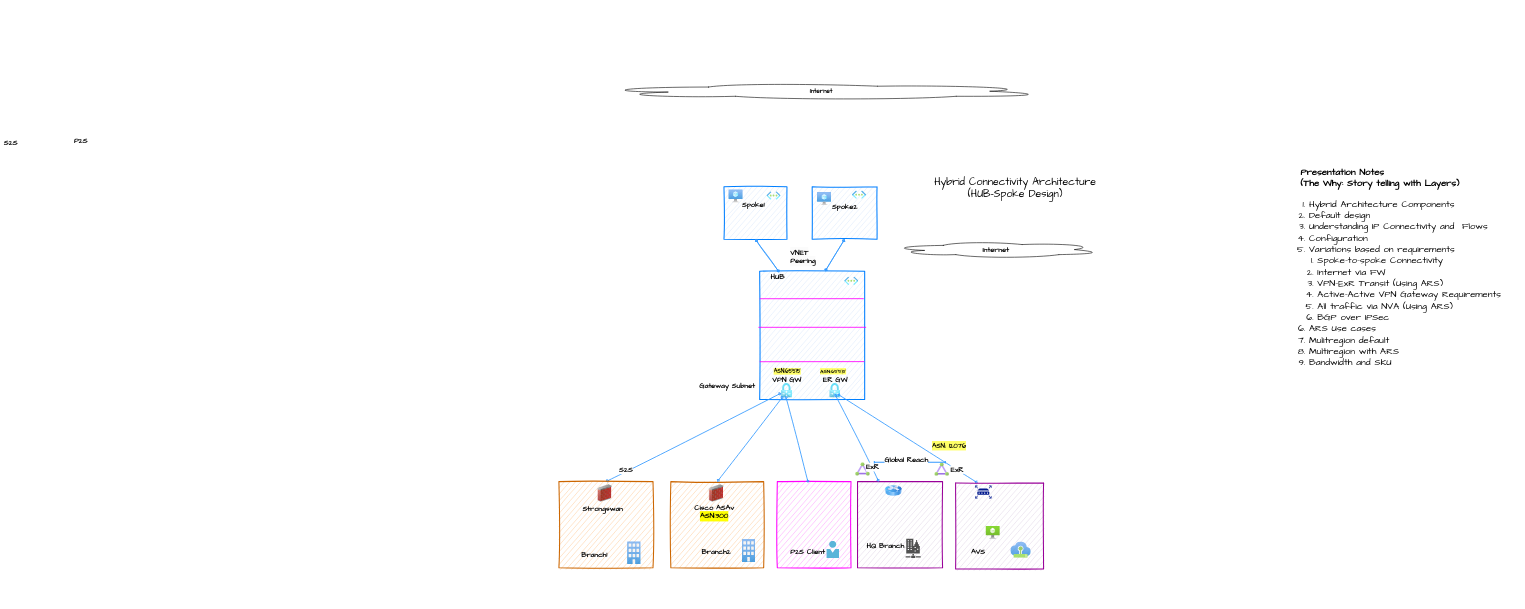
nehalineogi/azure-networking keeps this draw.io diagram as page "Hub-Spoke with AzFW + ARS" (1 of 3) of diagrams/hub-spoke.drawio. Above is the earlier version. Source tidied: cells renumbered, new cells numbered last; positions are measured from the earlier drawing's top-left corner, leaving out a move shared by most shapes. Both pictures are drawn from the tidied source at 21%, with x=0, y=0 at pixel (559, 83). Pictures stored in the file or linked from it are replaced by grey dashed boxes.
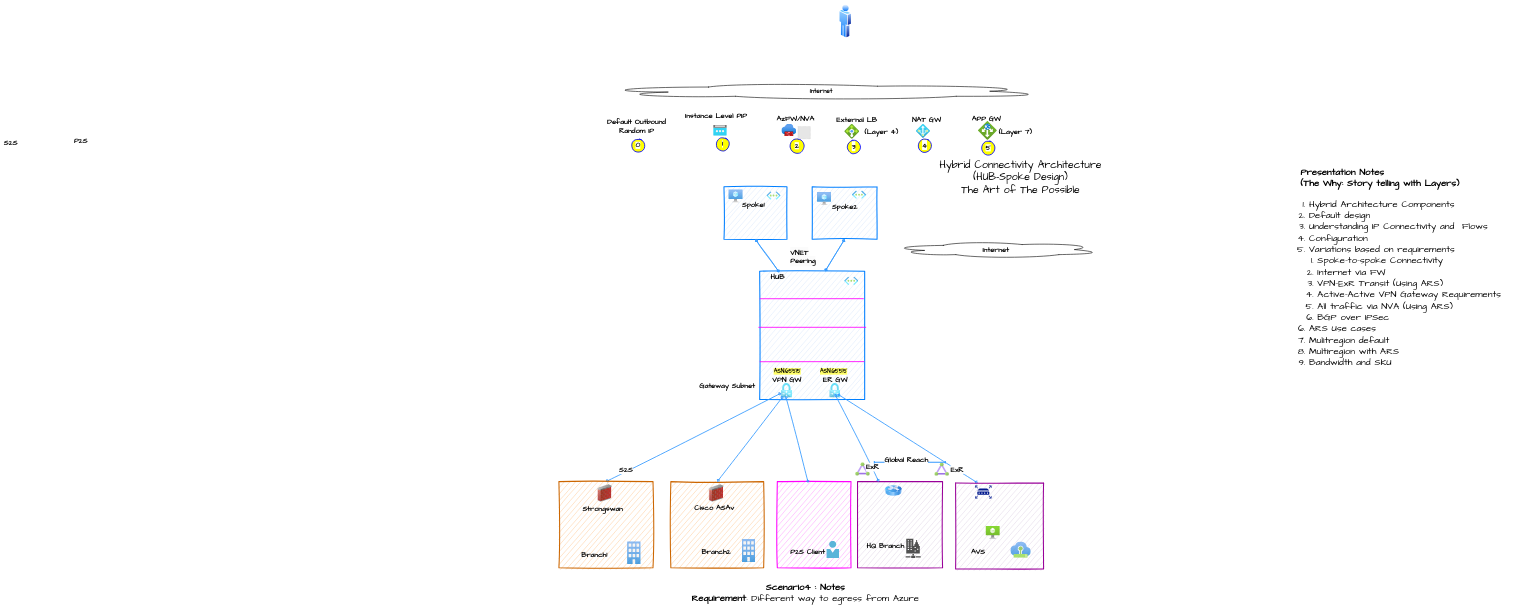
Above is the later version.

What changed in the source:
```diff
@@
-    <mxCell id="27" value="&lt;span style=&quot;font-family: &amp;quot;Comic Sans MS&amp;quot;; font-style: normal; font-variant-ligatures: normal; font-variant-caps: normal; letter-spacing: normal; orphans: 2; text-align: left; text-indent: 0px; text-transform: none; widows: 2; word-spacing: 0px; -webkit-text-stroke-width: 0px; text-decoration-thickness: initial; text-decoration-style: initial; text-decoration-color: initial; float: none; font-size: 25px; display: inline !important;&quot;&gt;&lt;font style=&quot;font-size: 25px;&quot;&gt;ASN:65515&lt;/font&gt;&lt;/span&gt;" style="text;whiteSpace=wrap;html=1;fontSize=25;fontFamily=Comic Sans MS;fontColor=#000000;fontStyle=1;sketch=1;curveFitting=1;jiggle=2;labelBackgroundColor=#FFFF66;" parent="1" vertex="1">
+    <mxCell id="27" value="&lt;span style=&quot;font-family: &amp;quot;Comic Sans MS&amp;quot;; font-style: normal; font-variant-ligatures: normal; font-variant-caps: normal; letter-spacing: normal; orphans: 2; text-align: left; text-indent: 0px; text-transform: none; widows: 2; word-spacing: 0px; -webkit-text-stroke-width: 0px; text-decoration-thickness: initial; text-decoration-style: initial; text-decoration-color: initial; float: none; font-size: 26px; display: inline !important;&quot;&gt;&lt;font style=&quot;font-size: 26px;&quot;&gt;ASN:65515&lt;/font&gt;&lt;/span&gt;" style="text;whiteSpace=wrap;html=1;fontSize=26;fontFamily=Comic Sans MS;fontColor=#000000;fontStyle=1;sketch=1;curveFitting=1;jiggle=2;labelBackgroundColor=#FFFF66;" parent="1" vertex="1">
       <mxGeometry x="1242" y="1352" width="130" height="39" as="geometry" />
     </mxCell>
@@
-    <mxCell id="29" value="&lt;font style=&quot;font-size: 50px; font-weight: normal;&quot;&gt;Hybrid Connectivity Architecture&lt;br&gt;(HUB-Spoke Design)&lt;/font&gt;" style="text;strokeColor=none;fillColor=none;html=1;fontSize=24;fontStyle=1;verticalAlign=middle;align=center;labelBorderColor=none;sketch=1;fillStyle=solid;fontFamily=Comic Sans MS;fontColor=#000000;" parent="1" vertex="1">
-      <mxGeometry x="1307" y="429" width="1729" height="143" as="geometry" />
+    <mxCell id="29" value="&lt;font style=&quot;font-size: 50px; font-weight: normal;&quot;&gt;Hybrid Connectivity Architecture&lt;br&gt;(HUB-Spoke Design)&lt;br&gt;The Art of The Possible&lt;br&gt;&lt;/font&gt;" style="text;strokeColor=none;fillColor=none;html=1;fontSize=24;fontStyle=1;verticalAlign=middle;align=center;labelBorderColor=none;sketch=1;fillStyle=solid;fontFamily=Comic Sans MS;fontColor=#000000;" parent="1" vertex="1">
+      <mxGeometry x="1333" y="377" width="1729" height="143" as="geometry" />
     </mxCell>
@@
-    <mxCell id="44" value="&lt;font style=&quot;font-size: 35px;&quot;&gt;Cisco ASAv&lt;br style=&quot;font-size: 35px;&quot;&gt;&lt;span style=&quot;background-color: rgb(255, 255, 0); font-size: 35px;&quot;&gt;ASN:300&lt;/span&gt;&lt;br style=&quot;font-size: 35px;&quot;&gt;&lt;/font&gt;" style="text;html=1;align=center;verticalAlign=middle;strokeColor=none;fillColor=none;disableMultiStroke=1;disableMultiStrokeFill=1;strokeWidth=25;fontFamily=Comic Sans MS;sketch=1;curveFitting=1;jiggle=2;fontSize=35;fontStyle=1;" parent="30" vertex="1">
+    <mxCell id="44" value="&lt;font style=&quot;font-size: 35px;&quot;&gt;Cisco ASAv&lt;br style=&quot;font-size: 35px;&quot;&gt;&lt;br style=&quot;font-size: 35px;&quot;&gt;&lt;/font&gt;" style="text;html=1;align=center;verticalAlign=middle;strokeColor=none;fillColor=none;disableMultiStroke=1;disableMultiStrokeFill=1;strokeWidth=25;fontFamily=Comic Sans MS;sketch=1;curveFitting=1;jiggle=2;fontSize=35;fontStyle=1;" parent="30" vertex="1">
       <mxGeometry x="628" y="1991" width="221" height="104" as="geometry" />
     </mxCell>
@@
-    <mxCell id="67" value="&lt;span style=&quot;font-family: &amp;quot;Comic Sans MS&amp;quot;; font-style: normal; font-variant-ligatures: normal; font-variant-caps: normal; letter-spacing: normal; orphans: 2; text-align: left; text-indent: 0px; text-transform: none; widows: 2; word-spacing: 0px; -webkit-text-stroke-width: 0px; text-decoration-thickness: initial; text-decoration-style: initial; text-decoration-color: initial; float: none; background-color: rgb(255, 255, 102); font-size: 32px; display: inline !important;&quot;&gt;&lt;font style=&quot;font-size: 32px;&quot;&gt;&lt;span style=&quot;font-size: 32px;&quot;&gt;ASN: 12076&lt;/span&gt;&lt;/font&gt;&lt;/span&gt;" style="text;whiteSpace=wrap;html=1;fontSize=32;fontFamily=Comic Sans MS;fontColor=#000000;sketch=1;curveFitting=1;jiggle=2;fontStyle=1;" parent="50" vertex="1">
-      <mxGeometry x="1775" y="1703" width="216" height="52" as="geometry" />
-    </mxCell>
@@
+    <mxCell id="70" parent="0" />
+    <mxCell id="71" style="html=1;align=center;image;fontSize=35;image=img/lib/azure2/networking/NAT.svg;labelBackgroundColor=#FFFF00;sketch=1;disableMultiStroke=1;disableMultiStrokeFill=1;strokeColor=#CC6600;strokeWidth=4;fontFamily=Comic Sans MS;fontColor=#000000;fillColor=#FFCC99;" parent="70" vertex="1">
+      <mxGeometry x="1700" y="195" width="68" height="68" as="geometry" />
+    </mxCell>
+    <mxCell id="72" value="&lt;b style=&quot;font-size: 35px;&quot;&gt;NAT GW&lt;/b&gt;" style="text;html=1;align=center;verticalAlign=middle;strokeColor=none;fillColor=none;fontSize=35;fontFamily=Comic Sans MS;fontColor=#000000;" parent="70" vertex="1">
+      <mxGeometry x="1659" y="151" width="182" height="52" as="geometry" />
+    </mxCell>
+    <mxCell id="73" value="&lt;b style=&quot;font-size: 35px;&quot;&gt;External LB&lt;br&gt;&lt;br style=&quot;font-size: 35px;&quot;&gt;&lt;/b&gt;" style="text;html=1;align=center;verticalAlign=middle;strokeColor=none;fillColor=none;fontSize=35;fontFamily=Comic Sans MS;fontColor=#000000;" parent="70" vertex="1">
+      <mxGeometry x="1307" y="143" width="221" height="104" as="geometry" />
+    </mxCell>
+    <mxCell id="74" style="html=1;align=center;image;fontSize=12;image=img/lib/azure2/networking/Firewalls.svg;labelBackgroundColor=#FFFF00;sketch=1;disableMultiStroke=1;disableMultiStrokeFill=1;strokeColor=#CC6600;strokeWidth=4;fontFamily=Comic Sans MS;fontColor=#000000;fillColor=#FFCC99;" parent="70" vertex="1">
+      <mxGeometry x="1060" y="195" width="71" height="60" as="geometry" />
+    </mxCell>
+    <mxCell id="75" style="html=1;align=center;image;fontSize=35;image=img/lib/azure2/networking/Load_Balancers.svg;labelBackgroundColor=#FFFF00;sketch=1;disableMultiStroke=1;disableMultiStrokeFill=1;strokeColor=#CC6600;strokeWidth=4;fontFamily=Comic Sans MS;fontColor=#000000;fillColor=#FFCC99;" parent="70" vertex="1">
+      <mxGeometry x="1359" y="195" width="72" height="72" as="geometry" />
+    </mxCell>
+    <mxCell id="76" style="html=1;align=center;image;fontSize=35;image=img/lib/azure2/networking/Public_IP_Addresses.svg;labelBackgroundColor=none;labelBorderColor=none;sketch=1;fillStyle=solid;fontFamily=Comic Sans MS;fontColor=#000000;" parent="70" vertex="1">
+      <mxGeometry x="735" y="200" width="65" height="52" as="geometry" />
+    </mxCell>
+    <mxCell id="77" value="&lt;span style=&quot;background-color: rgb(255, 255, 255); font-size: 35px;&quot;&gt;&lt;font face=&quot;Comic Sans MS&quot; style=&quot;font-size: 35px;&quot;&gt;&lt;b style=&quot;font-size: 35px;&quot;&gt;3&lt;/b&gt;&lt;/font&gt;&lt;/span&gt;" style="ellipse;whiteSpace=wrap;html=1;strokeWidth=4;fontFamily=Tahoma;spacingBottom=4;spacingRight=2;strokeColor=#0000FF;labelBackgroundColor=#FFFF00;sketch=1;disableMultiStroke=1;disableMultiStrokeFill=1;fontSize=35;fontColor=#000000;fillColor=#FFFF00;fillStyle=solid;" parent="70" vertex="1">
+      <mxGeometry x="1372" y="273" width="65" height="65" as="geometry" />
+    </mxCell>
+    <mxCell id="78" value="&lt;span style=&quot;background-color: rgb(255, 255, 255); font-size: 35px;&quot;&gt;&lt;font face=&quot;Comic Sans MS&quot; style=&quot;font-size: 35px;&quot;&gt;&lt;b style=&quot;font-size: 35px;&quot;&gt;4&lt;/b&gt;&lt;/font&gt;&lt;/span&gt;" style="ellipse;whiteSpace=wrap;html=1;strokeWidth=4;fontFamily=Tahoma;spacingBottom=4;spacingRight=2;strokeColor=#0000FF;labelBackgroundColor=#FFFF00;sketch=1;disableMultiStroke=1;disableMultiStrokeFill=1;fontSize=35;fontColor=#000000;fillColor=#FFFF00;fillStyle=solid;" parent="70" vertex="1">
+      <mxGeometry x="1710" y="267" width="65" height="65" as="geometry" />
+    </mxCell>
+    <mxCell id="79" value="&lt;span style=&quot;background-color: rgb(255, 255, 255);&quot;&gt;&lt;font face=&quot;Comic Sans MS&quot; size=&quot;1&quot; style=&quot;&quot;&gt;&lt;b style=&quot;font-size: 35px;&quot;&gt;2&lt;/b&gt;&lt;/font&gt;&lt;/span&gt;" style="ellipse;whiteSpace=wrap;html=1;strokeWidth=4;fontFamily=Tahoma;spacingBottom=4;spacingRight=2;strokeColor=#0000FF;labelBackgroundColor=#FFFF00;sketch=1;disableMultiStroke=1;disableMultiStrokeFill=1;fontSize=25;fontColor=#000000;fillColor=#FFFF00;fillStyle=solid;" parent="70" vertex="1">
+      <mxGeometry x="1099" y="266" width="70" height="70" as="geometry" />
+    </mxCell>
+    <mxCell id="80" value="&lt;span style=&quot;background-color: rgb(255, 255, 255);&quot;&gt;&lt;font face=&quot;Comic Sans MS&quot; size=&quot;1&quot; style=&quot;&quot;&gt;&lt;b style=&quot;font-size: 35px;&quot;&gt;1&lt;/b&gt;&lt;/font&gt;&lt;/span&gt;" style="ellipse;whiteSpace=wrap;html=1;strokeWidth=4;fontFamily=Tahoma;spacingBottom=4;spacingRight=2;strokeColor=#0000FF;labelBackgroundColor=#FFFF00;sketch=1;disableMultiStroke=1;disableMultiStrokeFill=1;fontSize=25;fontColor=#000000;fillColor=#FFFF00;fillStyle=solid;" parent="70" vertex="1">
+      <mxGeometry x="748" y="260" width="65" height="65" as="geometry" />
+    </mxCell>
+    <mxCell id="81" value="&lt;div style=&quot;text-align: center; font-size: 35px;&quot;&gt;&lt;span style=&quot;background-color: initial; font-size: 35px;&quot;&gt;&lt;font style=&quot;font-size: 35px;&quot;&gt;&lt;b style=&quot;font-size: 35px;&quot;&gt;Instance Level PIP&lt;/b&gt;&lt;/font&gt;&lt;/span&gt;&lt;/div&gt;" style="text;whiteSpace=wrap;html=1;fontSize=35;fontFamily=Comic Sans MS;fontColor=#000000;" parent="70" vertex="1">
+      <mxGeometry x="599" y="130" width="676" height="52" as="geometry" />
+    </mxCell>
+    <mxCell id="82" value="&lt;font style=&quot;font-size: 45px;&quot;&gt;&lt;b&gt;Scenario4 : Notes&lt;br&gt;Requirement&lt;/b&gt;: Different way to egress from Azure&lt;/font&gt;" style="text;html=1;align=center;verticalAlign=middle;strokeColor=none;fillColor=none;fontSize=30;fontFamily=Architects Daughter;sketch=1;hachureGap=4;jiggle=2;curveFitting=1;" parent="70" vertex="1">
+      <mxGeometry x="620" y="2370" width="1105" height="117" as="geometry" />
+    </mxCell>
+    <mxCell id="83" value="&lt;b style=&quot;font-size: 35px;&quot;&gt;AzFW/NVA&lt;/b&gt;" style="text;html=1;align=center;verticalAlign=middle;strokeColor=none;fillColor=none;fontSize=35;fontFamily=Comic Sans MS;fontColor=#000000;" parent="70" vertex="1">
+      <mxGeometry x="1015" y="143" width="221" height="52" as="geometry" />
+    </mxCell>
+    <mxCell id="84" style="html=1;align=center;image;fontSize=12;image=img/lib/azure2/networking/Application_Gateways.svg;sketch=1;hachureGap=4;jiggle=2;curveFitting=1;fontFamily=Architects Daughter;fontColor=#00994D;" parent="70" vertex="1">
+      <mxGeometry x="1996" y="182" width="90" height="90" as="geometry" />
+    </mxCell>
+    <mxCell id="85" value="&lt;span style=&quot;background-color: rgb(255, 255, 255);&quot;&gt;&lt;font face=&quot;Comic Sans MS&quot; size=&quot;1&quot; style=&quot;&quot;&gt;&lt;b style=&quot;font-size: 35px;&quot;&gt;5&lt;/b&gt;&lt;/font&gt;&lt;/span&gt;" style="ellipse;whiteSpace=wrap;html=1;strokeWidth=4;fontFamily=Tahoma;spacingBottom=4;spacingRight=2;strokeColor=#0000FF;labelBackgroundColor=#FFFF00;sketch=1;disableMultiStroke=1;disableMultiStrokeFill=1;fontSize=25;fontColor=#000000;fillColor=#FFFF00;fillStyle=solid;" parent="70" vertex="1">
+      <mxGeometry x="2012.5" y="278" width="65" height="65" as="geometry" />
+    </mxCell>
+    <mxCell id="86" value="&lt;b style=&quot;font-size: 35px;&quot;&gt;APP GW&lt;/b&gt;" style="text;html=1;align=center;verticalAlign=middle;strokeColor=none;fillColor=none;fontSize=35;fontFamily=Comic Sans MS;fontColor=#000000;" parent="70" vertex="1">
+      <mxGeometry x="1950" y="146" width="169" height="52" as="geometry" />
+    </mxCell>
+    <mxCell id="87" style="fillColor=#E6E6E6;strokeColor=#999999;dashed=1;verticalLabelPosition=bottom;labelBackgroundColor=default;verticalAlign=top;" parent="70" vertex="1">
+      <mxGeometry x="1138" y="208" width="59.5" height="58.5" as="geometry" />
+    </mxCell>
+    <mxCell id="88" style="perimeter=ellipsePerimeter;html=1;align=center;shadow=0;dashed=0;spacingTop=3;image;image=img/lib/active_directory/user.svg;sketch=1;hachureGap=4;jiggle=2;curveFitting=1;fontFamily=Architects Daughter;fontSize=27;" parent="70" vertex="1">
+      <mxGeometry x="1333" y="-377" width="61.8" height="167" as="geometry" />
+    </mxCell>
+    <mxCell id="89" value="&lt;b style=&quot;font-size: 35px;&quot;&gt;(Layer 7)&lt;/b&gt;" style="text;html=1;align=center;verticalAlign=middle;strokeColor=none;fillColor=none;fontSize=35;fontFamily=Comic Sans MS;fontColor=#000000;" parent="70" vertex="1">
+      <mxGeometry x="2082" y="208" width="182" height="52" as="geometry" />
+    </mxCell>
+    <mxCell id="90" value="&lt;b style=&quot;font-size: 35px;&quot;&gt;(Layer 4)&lt;/b&gt;" style="text;html=1;align=center;verticalAlign=middle;strokeColor=none;fillColor=none;fontSize=35;fontFamily=Comic Sans MS;fontColor=#000000;" parent="70" vertex="1">
+      <mxGeometry x="1444" y="208" width="182" height="52" as="geometry" />
+    </mxCell>
+    <mxCell id="91" value="&lt;span style=&quot;background-color: rgb(255, 255, 255);&quot;&gt;&lt;font face=&quot;Comic Sans MS&quot; size=&quot;1&quot; style=&quot;&quot;&gt;&lt;b style=&quot;font-size: 35px;&quot;&gt;0&lt;/b&gt;&lt;/font&gt;&lt;/span&gt;" style="ellipse;whiteSpace=wrap;html=1;strokeWidth=4;fontFamily=Tahoma;spacingBottom=4;spacingRight=2;strokeColor=#0000FF;labelBackgroundColor=#FFFF00;sketch=1;disableMultiStroke=1;disableMultiStrokeFill=1;fontSize=25;fontColor=#000000;fillColor=#FFFF00;fillStyle=solid;" parent="70" vertex="1">
+      <mxGeometry x="345" y="266" width="65" height="65" as="geometry" />
+    </mxCell>
+    <mxCell id="92" value="&lt;div style=&quot;text-align: center;&quot;&gt;&lt;b style=&quot;background-color: initial; border-color: var(--border-color); color: rgb(0, 0, 0); font-family: &amp;quot;Comic Sans MS&amp;quot;; font-size: 35px;&quot;&gt;Default Outbound&lt;/b&gt;&lt;/div&gt;&lt;b style=&quot;border-color: var(--border-color); color: rgb(0, 0, 0); font-family: &amp;quot;Comic Sans MS&amp;quot;; font-size: 35px; font-style: normal; font-variant-ligatures: normal; font-variant-caps: normal; letter-spacing: normal; orphans: 2; text-indent: 0px; text-transform: none; widows: 2; word-spacing: 0px; -webkit-text-stroke-width: 0px; text-decoration-thickness: initial; text-decoration-style: initial; text-decoration-color: initial;&quot;&gt;&lt;div style=&quot;text-align: center;&quot;&gt;&lt;b style=&quot;background-color: initial; border-color: var(--border-color);&quot;&gt;Random IP&lt;/b&gt;&lt;/div&gt;&lt;/b&gt;" style="text;whiteSpace=wrap;html=1;fontSize=38;fontFamily=Architects Daughter;fontColor=#4D9900;labelBackgroundColor=none;" parent="70" vertex="1">
+      <mxGeometry x="228" y="156" width="338" height="78" as="geometry" />
+    </mxCell>
```
